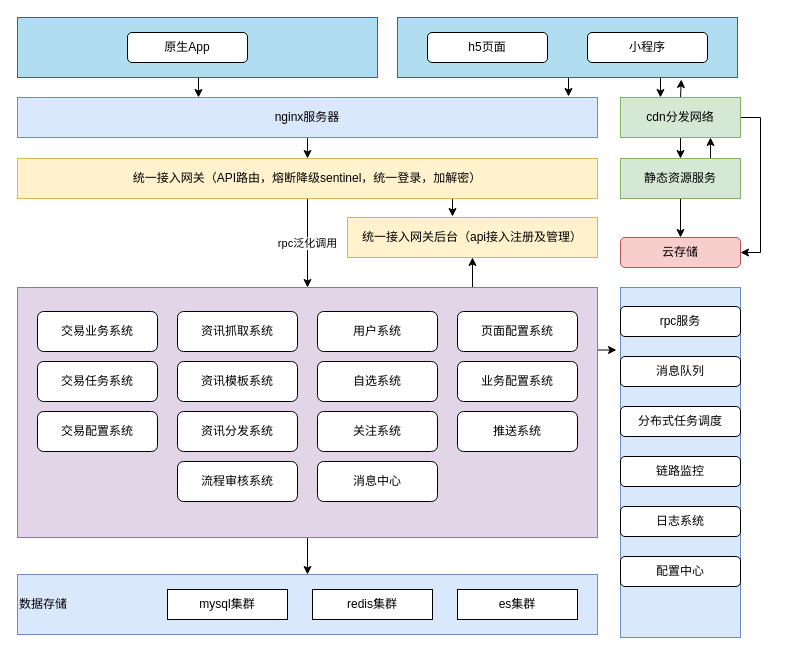
The draw.io diagram 证券系统整体架构图.drawio in WindRain20140210/files-ArchitectureDiagram, before the edit. Source tidied: cells renumbered, new cells numbered last; positions are measured from the earlier drawing's top-left corner, leaving out a move shared by most shapes. Both pictures are drawn from the tidied source at 100%, with x=0, y=0 at pixel (17, 17).
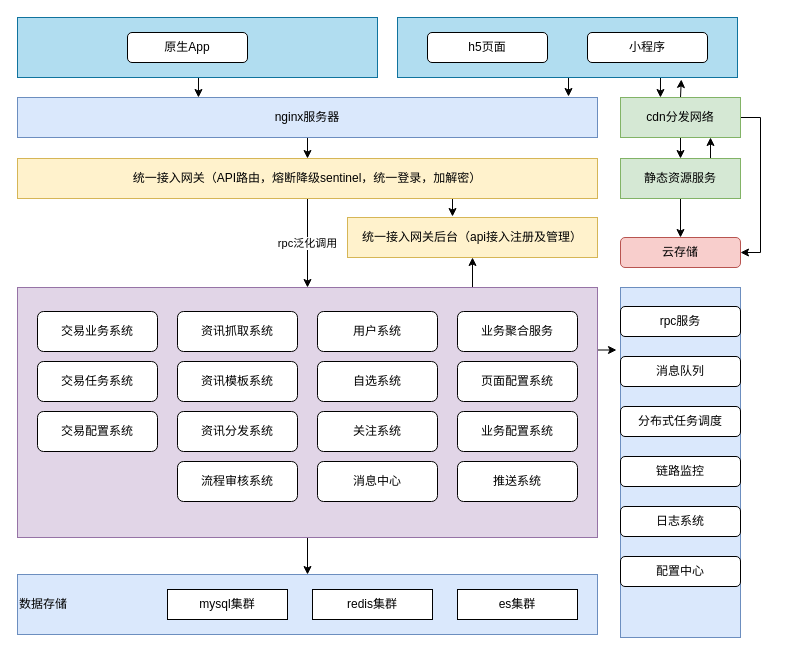
The same diagram, later.

Commit message:
Update 证券系统整体架构图.drawio

Change to the diagram source:
```diff
@@
     <mxCell id="48" value="页面配置系统" style="rounded=1;whiteSpace=wrap;html=1;" parent="1" vertex="1">
-      <mxGeometry x="440" y="294" width="120" height="40" as="geometry" />
+      <mxGeometry x="440" y="344" width="120" height="40" as="geometry" />
     </mxCell>
     <mxCell id="49" value="业务配置系统" style="rounded=1;whiteSpace=wrap;html=1;" parent="1" vertex="1">
-      <mxGeometry x="440" y="344" width="120" height="40" as="geometry" />
+      <mxGeometry x="440" y="394" width="120" height="40" as="geometry" />
     </mxCell>
     <mxCell id="50" value="推送系统" style="rounded=1;whiteSpace=wrap;html=1;" parent="1" vertex="1">
-      <mxGeometry x="440" y="394" width="120" height="40" as="geometry" />
+      <mxGeometry x="440" y="444" width="120" height="40" as="geometry" />
     </mxCell>
@@
+    <mxCell id="53" value="业务聚合服务" style="rounded=1;whiteSpace=wrap;html=1;" parent="1" vertex="1">
+      <mxGeometry x="440" y="294" width="120" height="40" as="geometry" />
+    </mxCell>
```
